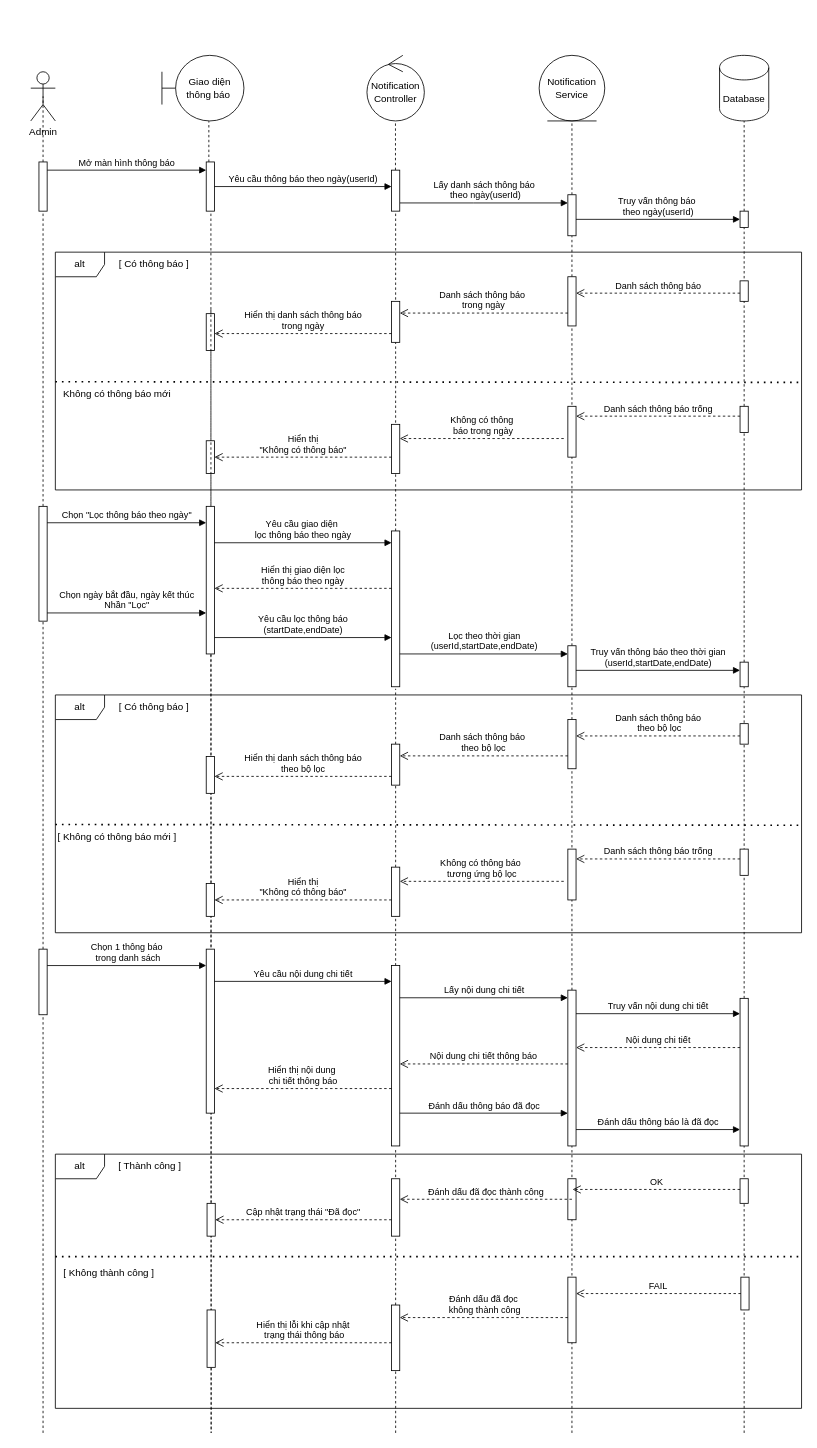
This is Sequence diagram/Notification Management/notification_management.drawio from cuongceg/BTL-IT3120, a draw.io file, before an edit. Source tidied: cells renumbered, new cells numbered last; positions are measured from the earlier drawing's top-left corner, leaving out a move shared by most shapes. Both pictures are drawn from the tidied source at 82%, with x=0, y=0 at pixel (30, 55).
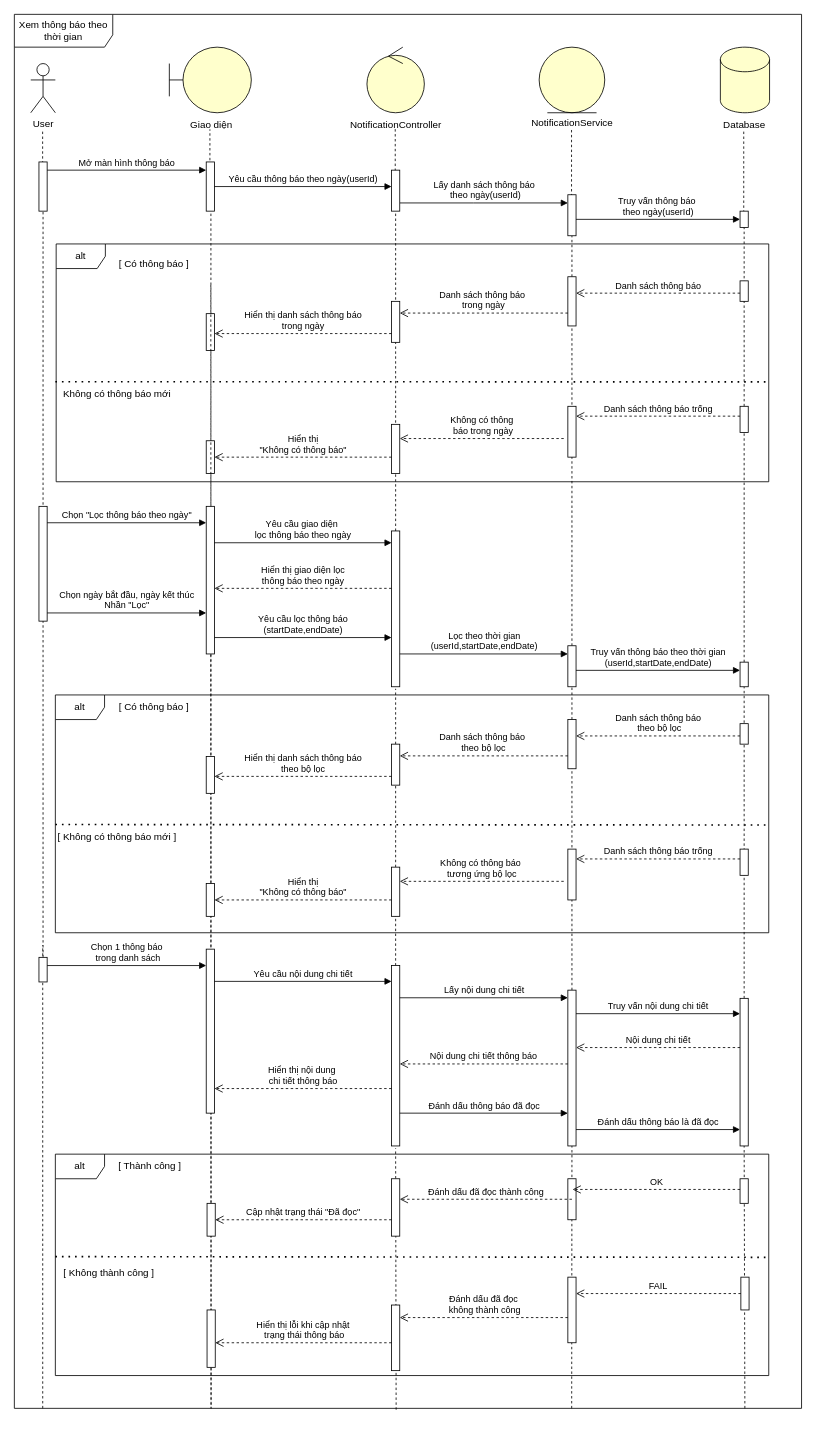
The same diagram, later.

Commit message:
Cập nhật notification_management.drawio

Unchanged cells that the change refers to:
```xml
<mxCell id="13" style="html=1;points=[[0,0,0,0,5],[0,1,0,0,-5],[1,0,0,0,5],[1,1,0,0,-5]];perimeter=orthogonalPerimeter;outlineConnect=0;targetShapes=umlLifeline;portConstraint=eastwest;newEdgeStyle={&quot;curved&quot;:0,&quot;rounded&quot;:0};" parent="1" vertex="1">
  <mxGeometry x="10" y="130" width="10" height="60" as="geometry" />
</mxCell>
<mxCell id="15" style="html=1;points=[[0,0,0,0,5],[0,1,0,0,-5],[1,0,0,0,5],[1,1,0,0,-5]];perimeter=orthogonalPerimeter;outlineConnect=0;targetShapes=umlLifeline;portConstraint=eastwest;newEdgeStyle={&quot;curved&quot;:0,&quot;rounded&quot;:0};" parent="1" vertex="1">
  <mxGeometry x="214" y="130" width="10" height="60" as="geometry" />
</mxCell>
<mxCell id="19" style="html=1;points=[[0,0,0,0,5],[0,1,0,0,-5],[1,0,0,0,5],[1,1,0,0,-5]];perimeter=orthogonalPerimeter;outlineConnect=0;targetShapes=umlLifeline;portConstraint=eastwest;newEdgeStyle={&quot;curved&quot;:0,&quot;rounded&quot;:0};" parent="1" vertex="1">
  <mxGeometry x="655" y="170" width="10" height="50" as="geometry" />
</mxCell>
<mxCell id="22" style="html=1;points=[[0,0,0,0,5],[0,1,0,0,-5],[1,0,0,0,5],[1,1,0,0,-5]];perimeter=orthogonalPerimeter;outlineConnect=0;targetShapes=umlLifeline;portConstraint=eastwest;newEdgeStyle={&quot;curved&quot;:0,&quot;rounded&quot;:0};" parent="1" vertex="1">
  <mxGeometry x="865" y="190" width="10" height="20" as="geometry" />
</mxCell>
<mxCell id="26" style="html=1;points=[[0,0,0,0,5],[0,1,0,0,-5],[1,0,0,0,5],[1,1,0,0,-5]];perimeter=orthogonalPerimeter;outlineConnect=0;targetShapes=umlLifeline;portConstraint=eastwest;newEdgeStyle={&quot;curved&quot;:0,&quot;rounded&quot;:0};" parent="1" vertex="1">
  <mxGeometry x="440" y="140" width="10" height="50" as="geometry" />
</mxCell>
<mxCell id="46" style="html=1;points=[[0,0,0,0,5],[0,1,0,0,-5],[1,0,0,0,5],[1,1,0,0,-5]];perimeter=orthogonalPerimeter;outlineConnect=0;targetShapes=umlLifeline;portConstraint=eastwest;newEdgeStyle={&quot;curved&quot;:0,&quot;rounded&quot;:0};" parent="1" vertex="1">
  <mxGeometry x="214" y="550" width="10" height="180" as="geometry" />
</mxCell>
<mxCell id="84" style="html=1;points=[[0,0,0,0,5],[0,1,0,0,-5],[1,0,0,0,5],[1,1,0,0,-5]];perimeter=orthogonalPerimeter;outlineConnect=0;targetShapes=umlLifeline;portConstraint=eastwest;newEdgeStyle={&quot;curved&quot;:0,&quot;rounded&quot;:0};" parent="1" vertex="1">
  <mxGeometry x="440" y="1110" width="10" height="220" as="geometry" />
</mxCell>
<mxCell id="86" style="html=1;points=[[0,0,0,0,5],[0,1,0,0,-5],[1,0,0,0,5],[1,1,0,0,-5]];perimeter=orthogonalPerimeter;outlineConnect=0;targetShapes=umlLifeline;portConstraint=eastwest;newEdgeStyle={&quot;curved&quot;:0,&quot;rounded&quot;:0};" parent="1" vertex="1">
  <mxGeometry x="865" y="1150" width="10" height="180" as="geometry" />
</mxCell>
<mxCell id="91" style="html=1;points=[[0,0,0,0,5],[0,1,0,0,-5],[1,0,0,0,5],[1,1,0,0,-5]];perimeter=orthogonalPerimeter;outlineConnect=0;targetShapes=umlLifeline;portConstraint=eastwest;newEdgeStyle={&quot;curved&quot;:0,&quot;rounded&quot;:0};" parent="1" vertex="1">
  <mxGeometry x="655" y="1140" width="10" height="190" as="geometry" />
</mxCell>
```

Change to the diagram source:
```diff
@@
-    <mxCell id="2" value="Admin" style="shape=umlActor;verticalLabelPosition=bottom;verticalAlign=top;html=1;outlineConnect=0;" parent="1" vertex="1">
-      <mxGeometry y="20" width="30" height="60" as="geometry" />
+    <mxCell id="2" value="User" style="shape=umlActor;verticalLabelPosition=bottom;verticalAlign=top;html=1;outlineConnect=0;" parent="1" vertex="1">
+      <mxGeometry y="10" width="30" height="60" as="geometry" />
     </mxCell>
-    <mxCell id="3" style="endArrow=none;dashed=1;html=1;rounded=0;entryX=0.5;entryY=0.5;entryDx=0;entryDy=0;entryPerimeter=0;" parent="1" edge="1" source="13" target="2">
-      <mxGeometry relative="1" as="geometry" />
+    <mxCell id="3" style="endArrow=none;dashed=1;html=1;rounded=0;entryX=0.5;entryY=0.5;entryDx=0;entryDy=0;entryPerimeter=0;" parent="1" edge="1">
+      <mxGeometry relative="1" as="geometry">
+        <mxPoint x="14.5" y="180" as="sourcePoint" />
+        <mxPoint x="14.5" y="90" as="targetPoint" />
+      </mxGeometry>
     </mxCell>
-    <mxCell id="4" value="Giao diện&lt;div&gt;thông báo&amp;nbsp;&lt;/div&gt;" style="shape=umlBoundary;whiteSpace=wrap;html=1;" parent="1" vertex="1">
-      <mxGeometry x="160" width="100" height="80" as="geometry" />
+    <mxCell id="4" value="&lt;div&gt;&amp;nbsp;&lt;/div&gt;" style="shape=umlBoundary;whiteSpace=wrap;html=1;fillColor=light-dark(#FFFFCC,#FFFFCC);" parent="1" vertex="1">
+      <mxGeometry x="169" y="-10" width="100" height="80" as="geometry" />
     </mxCell>
-    <mxCell id="5" style="endArrow=none;dashed=1;html=1;rounded=0;entryX=0.572;entryY=1.003;entryDx=0;entryDy=0;entryPerimeter=0;" parent="1" edge="1" source="15" target="4">
-      <mxGeometry relative="1" as="geometry" />
+    <mxCell id="5" style="endArrow=none;dashed=1;html=1;rounded=0;entryX=0.572;entryY=1.003;entryDx=0;entryDy=0;entryPerimeter=0;" parent="1" edge="1">
+      <mxGeometry relative="1" as="geometry">
+        <mxPoint x="218.5" y="140" as="sourcePoint" />
+        <mxPoint x="218.5" y="90.2" as="targetPoint" />
+      </mxGeometry>
     </mxCell>
-    <mxCell id="6" value="Notification&lt;div&gt;Controller&lt;/div&gt;" style="ellipse;shape=umlControl;whiteSpace=wrap;html=1;" parent="1" vertex="1">
-      <mxGeometry x="410" width="70" height="80" as="geometry" />
+    <mxCell id="6" style="ellipse;shape=umlControl;whiteSpace=wrap;html=1;fillColor=light-dark(#FFFFCC,#FFFFCC);" parent="1" vertex="1">
+      <mxGeometry x="410" y="-10" width="70" height="80" as="geometry" />
     </mxCell>
-    <mxCell id="7" style="endArrow=none;dashed=1;html=1;rounded=0;entryX=0.497;entryY=1.013;entryDx=0;entryDy=0;entryPerimeter=0;" parent="1" edge="1" source="26" target="6">
-      <mxGeometry relative="1" as="geometry" />
+    <mxCell id="7" style="endArrow=none;dashed=1;html=1;rounded=0;entryX=0.497;entryY=1.013;entryDx=0;entryDy=0;entryPerimeter=0;" parent="1" edge="1">
+      <mxGeometry relative="1" as="geometry">
+        <mxPoint x="444.5" y="159" as="sourcePoint" />
+        <mxPoint x="444.5" y="90" as="targetPoint" />
+      </mxGeometry>
     </mxCell>
-    <mxCell id="8" value="Notification&lt;div&gt;Service&lt;/div&gt;" style="ellipse;shape=umlEntity;whiteSpace=wrap;html=1;" parent="1" vertex="1">
-      <mxGeometry x="620" width="80" height="80" as="geometry" />
+    <mxCell id="8" style="ellipse;shape=umlEntity;whiteSpace=wrap;html=1;fillColor=light-dark(#FFFFCC,#FFFFCC);" parent="1" vertex="1">
+      <mxGeometry x="620" y="-10" width="80" height="80" as="geometry" />
     </mxCell>
-    <mxCell id="9" value="Database" style="shape=cylinder3;whiteSpace=wrap;html=1;boundedLbl=1;backgroundOutline=1;size=15;" parent="1" vertex="1">
-      <mxGeometry x="840" width="60" height="80" as="geometry" />
+    <mxCell id="9" style="shape=cylinder3;whiteSpace=wrap;html=1;boundedLbl=1;backgroundOutline=1;size=15;fillColor=light-dark(#FFFFCC,#FFFFCC);" parent="1" vertex="1">
+      <mxGeometry x="841" y="-10" width="60" height="80" as="geometry" />
     </mxCell>
-    <mxCell id="10" style="endArrow=none;dashed=1;html=1;rounded=0;entryX=0.5;entryY=1;entryDx=0;entryDy=0;" parent="1" edge="1" source="19" target="8">
-      <mxGeometry relative="1" as="geometry" />
+    <mxCell id="10" style="endArrow=none;dashed=1;html=1;rounded=0;entryX=0.5;entryY=1;entryDx=0;entryDy=0;" parent="1" edge="1">
+      <mxGeometry relative="1" as="geometry">
+        <mxPoint x="659.5" y="190" as="sourcePoint" />
+        <mxPoint x="659.5" y="90" as="targetPoint" />
+      </mxGeometry>
     </mxCell>
-    <mxCell id="11" style="endArrow=none;dashed=1;html=1;rounded=0;entryX=0.5;entryY=1;entryDx=0;entryDy=0;entryPerimeter=0;" parent="1" edge="1" source="22" target="9">
-      <mxGeometry relative="1" as="geometry" />
+    <mxCell id="11" style="endArrow=none;dashed=1;html=1;rounded=0;entryX=0.5;entryY=1;entryDx=0;entryDy=0;entryPerimeter=0;" parent="1" edge="1">
+      <mxGeometry relative="1" as="geometry">
+        <mxPoint x="869.5" y="210" as="sourcePoint" />
+        <mxPoint x="869.5" y="90" as="targetPoint" />
+      </mxGeometry>
     </mxCell>
@@
     <mxCell id="27" value="alt" style="shape=umlFrame;whiteSpace=wrap;html=1;" parent="1" vertex="1">
-      <mxGeometry x="30" y="240" width="910" height="290" as="geometry" />
+      <mxGeometry x="31" y="230" width="869" height="290" as="geometry" />
     </mxCell>
@@
-    <mxCell id="36" style="endArrow=none;dashed=1;html=1;dashPattern=1 3;strokeWidth=2;rounded=0;exitX=0;exitY=0.698;exitDx=0;exitDy=0;exitPerimeter=0;entryX=1;entryY=0.341;entryDx=0;entryDy=0;entryPerimeter=0;" parent="1" edge="1">
+    <mxCell id="36" style="endArrow=none;dashed=1;html=1;dashPattern=1 3;strokeWidth=2;rounded=0;exitX=0;exitY=0.698;exitDx=0;exitDy=0;exitPerimeter=0;entryX=1.001;entryY=0.58;entryDx=0;entryDy=0;entryPerimeter=0;" parent="1" edge="1" target="27">
       <mxGeometry relative="1" as="geometry">
         <mxPoint x="30" y="398" as="sourcePoint" />
-        <mxPoint x="940" y="398.9" as="targetPoint" />
       </mxGeometry>
     </mxCell>
@@
-    <mxCell id="45" style="endArrow=none;dashed=1;html=1;rounded=0;entryX=0.572;entryY=1.003;entryDx=0;entryDy=0;entryPerimeter=0;" parent="1" edge="1" target="46">
+    <mxCell id="45" style="endArrow=none;dashed=1;html=1;rounded=0;entryX=0.572;entryY=1.003;entryDx=0;entryDy=0;entryPerimeter=0;" parent="1" edge="1">
       <mxGeometry relative="1" as="geometry">
-        <mxPoint x="219.7" y="310" as="sourcePoint" />
+        <mxPoint x="219.6" y="280" as="sourcePoint" />
+        <mxPoint x="219.6" y="700.5" as="targetPoint" />
         <Array as="points">
-          <mxPoint x="220" y="1680" />
+          <mxPoint x="219.9" y="1650" />
         </Array>
       </mxGeometry>
     </mxCell>
@@
     <mxCell id="61" value="alt" style="shape=umlFrame;whiteSpace=wrap;html=1;" parent="1" vertex="1">
-      <mxGeometry x="30" y="780" width="910" height="290" as="geometry" />
+      <mxGeometry x="30" y="780" width="870" height="290" as="geometry" />
     </mxCell>
@@
-    <mxCell id="69" style="endArrow=none;dashed=1;html=1;dashPattern=1 3;strokeWidth=2;rounded=0;exitX=0;exitY=0.698;exitDx=0;exitDy=0;exitPerimeter=0;entryX=1;entryY=0.341;entryDx=0;entryDy=0;entryPerimeter=0;" parent="1" edge="1">
+    <mxCell id="69" style="endArrow=none;dashed=1;html=1;dashPattern=1 3;strokeWidth=2;rounded=0;exitX=0;exitY=0.698;exitDx=0;exitDy=0;exitPerimeter=0;entryX=1;entryY=0.547;entryDx=0;entryDy=0;entryPerimeter=0;" parent="1" edge="1" target="61">
       <mxGeometry relative="1" as="geometry">
         <mxPoint x="30" y="938" as="sourcePoint" />
-        <mxPoint x="940" y="938.9" as="targetPoint" />
       </mxGeometry>
     </mxCell>
@@
-    <mxCell id="80" style="endArrow=none;dashed=1;html=1;rounded=0;entryX=0.5;entryY=0.5;entryDx=0;entryDy=0;entryPerimeter=0;" parent="1" edge="1" target="81">
+    <mxCell id="80" style="endArrow=none;dashed=1;html=1;rounded=0;entryX=0.5;entryY=0.5;entryDx=0;entryDy=0;entryPerimeter=0;" parent="1" edge="1">
       <mxGeometry relative="1" as="geometry">
-        <mxPoint x="15" y="1680" as="sourcePoint" />
+        <mxPoint x="14.6" y="1650" as="sourcePoint" />
+        <mxPoint x="14.6" y="1085" as="targetPoint" />
       </mxGeometry>
     </mxCell>
     <mxCell id="81" style="html=1;points=[[0,0,0,0,5],[0,1,0,0,-5],[1,0,0,0,5],[1,1,0,0,-5]];perimeter=orthogonalPerimeter;outlineConnect=0;targetShapes=umlLifeline;portConstraint=eastwest;newEdgeStyle={&quot;curved&quot;:0,&quot;rounded&quot;:0};" parent="1" vertex="1">
-      <mxGeometry x="10" y="1090" width="10" height="80" as="geometry" />
+      <mxGeometry x="10" y="1100" width="10" height="30" as="geometry" />
     </mxCell>
@@
-    <mxCell id="83" style="endArrow=none;dashed=1;html=1;rounded=0;entryX=0.497;entryY=1.013;entryDx=0;entryDy=0;entryPerimeter=0;" parent="1" edge="1" target="84">
-      <mxGeometry relative="1" as="geometry">
-        <mxPoint x="445" y="1680" as="sourcePoint" />
-      </mxGeometry>
+    <mxCell id="83" style="endArrow=none;dashed=1;html=1;rounded=0;entryX=0.497;entryY=1.013;entryDx=0;entryDy=0;entryPerimeter=0;exitX=0.485;exitY=1.001;exitDx=0;exitDy=0;exitPerimeter=0;" parent="1" edge="1" source="120" target="84">
+      <mxGeometry relative="1" as="geometry" />
     </mxCell>
@@
-    <mxCell id="85" style="endArrow=none;dashed=1;html=1;rounded=0;entryX=0.5;entryY=1;entryDx=0;entryDy=0;entryPerimeter=0;" parent="1" edge="1" target="86">
-      <mxGeometry relative="1" as="geometry">
-        <mxPoint x="870" y="1680" as="sourcePoint" />
-      </mxGeometry>
+    <mxCell id="85" style="endArrow=none;dashed=1;html=1;rounded=0;entryX=0.5;entryY=1;entryDx=0;entryDy=0;entryPerimeter=0;exitX=0.928;exitY=1;exitDx=0;exitDy=0;exitPerimeter=0;" parent="1" edge="1" source="120" target="86">
+      <mxGeometry relative="1" as="geometry" />
     </mxCell>
@@
-    <mxCell id="90" style="endArrow=none;dashed=1;html=1;rounded=0;entryX=0.5;entryY=1;entryDx=0;entryDy=0;" parent="1" edge="1" target="91">
-      <mxGeometry relative="1" as="geometry">
-        <mxPoint x="660" y="1680" as="sourcePoint" />
-      </mxGeometry>
+    <mxCell id="90" style="endArrow=none;dashed=1;html=1;rounded=0;entryX=0.5;entryY=1;entryDx=0;entryDy=0;exitX=0.708;exitY=1;exitDx=0;exitDy=0;exitPerimeter=0;" parent="1" edge="1" source="120" target="91">
+      <mxGeometry relative="1" as="geometry" />
     </mxCell>
@@
     <mxCell id="98" value="alt" style="shape=umlFrame;whiteSpace=wrap;html=1;" parent="1" vertex="1">
-      <mxGeometry x="30" y="1340" width="910" height="310" as="geometry" />
+      <mxGeometry x="30" y="1340" width="870" height="270" as="geometry" />
     </mxCell>
@@
-    <mxCell id="107" style="endArrow=none;dashed=1;html=1;dashPattern=1 3;strokeWidth=2;rounded=0;exitX=-0.002;exitY=0.777;exitDx=0;exitDy=0;exitPerimeter=0;" parent="1" edge="1">
+    <mxCell id="107" style="endArrow=none;dashed=1;html=1;dashPattern=1 3;strokeWidth=2;rounded=0;exitX=-0.002;exitY=0.777;exitDx=0;exitDy=0;exitPerimeter=0;entryX=0.999;entryY=0.466;entryDx=0;entryDy=0;entryPerimeter=0;" parent="1" edge="1" target="98">
       <mxGeometry relative="1" as="geometry">
         <mxPoint x="30" y="1465" as="sourcePoint" />
-        <mxPoint x="940" y="1465" as="targetPoint" />
       </mxGeometry>
     </mxCell>
@@
+    <mxCell id="116" value="Giao diện" style="text;html=1;align=center;verticalAlign=middle;strokeColor=none;fillColor=none;" parent="1" vertex="1">
+      <mxGeometry x="185" y="70" width="70" height="30" as="geometry" />
+    </mxCell>
+    <mxCell id="117" value="&lt;span style=&quot;text-wrap-mode: wrap;&quot;&gt;Notification&lt;/span&gt;&lt;span style=&quot;text-wrap-mode: wrap; background-color: transparent; color: light-dark(rgb(0, 0, 0), rgb(255, 255, 255));&quot;&gt;Controller&lt;/span&gt;" style="text;html=1;align=center;verticalAlign=middle;strokeColor=none;fillColor=none;" parent="1" vertex="1">
+      <mxGeometry x="380" y="70" width="130" height="30" as="geometry" />
+    </mxCell>
+    <mxCell id="118" value="&lt;span style=&quot;text-wrap-mode: wrap;&quot;&gt;Notification&lt;/span&gt;&lt;span style=&quot;text-wrap-mode: wrap; background-color: transparent; color: light-dark(rgb(0, 0, 0), rgb(255, 255, 255));&quot;&gt;Service&lt;/span&gt;" style="text;html=1;align=center;verticalAlign=middle;strokeColor=none;fillColor=none;" parent="1" vertex="1">
+      <mxGeometry x="600" y="68" width="120" height="30" as="geometry" />
+    </mxCell>
+    <mxCell id="119" value="&lt;span style=&quot;text-wrap-mode: wrap;&quot;&gt;Database&lt;/span&gt;" style="text;html=1;align=center;verticalAlign=middle;strokeColor=none;fillColor=none;" parent="1" vertex="1">
+      <mxGeometry x="835" y="70" width="70" height="30" as="geometry" />
+    </mxCell>
+    <mxCell id="120" value="Xem thông báo theo thời gian" style="shape=umlFrame;whiteSpace=wrap;html=1;width=120;height=40;" parent="1" vertex="1">
+      <mxGeometry x="-20" y="-50" width="960" height="1700" as="geometry" />
+    </mxCell>
```
